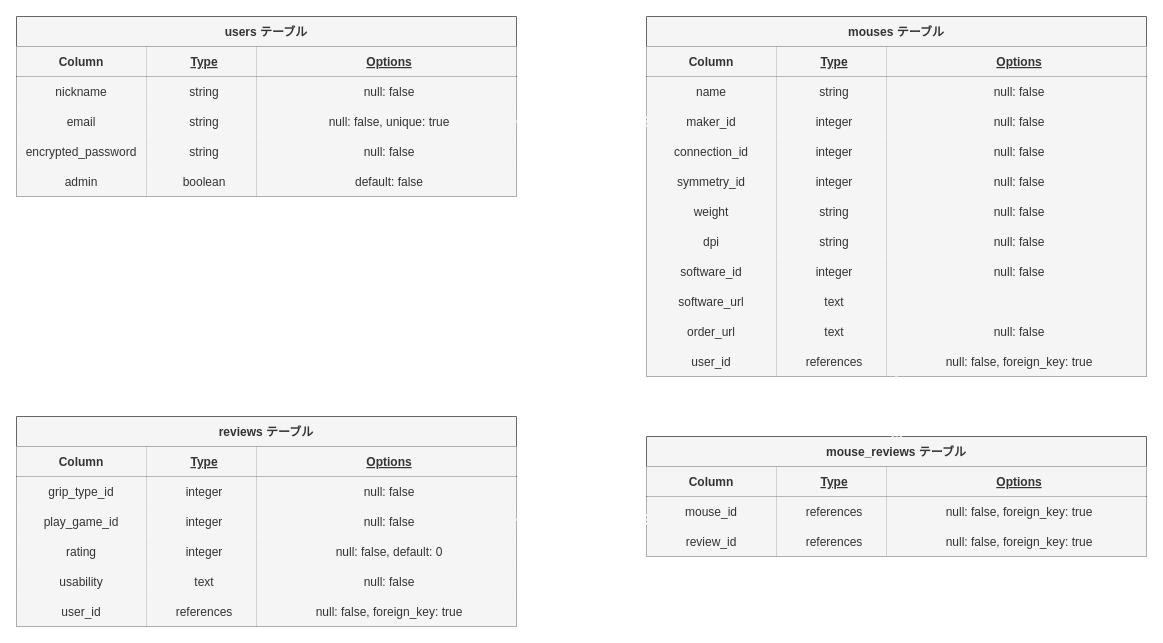
NaoyukiG/mouse_review keeps this draw.io diagram as mouse_review.dio. Above is the earlier version. Source tidied: cells renumbered, new cells numbered last; positions are measured from the earlier drawing's top-left corner, leaving out a move shared by most shapes. Both pictures are drawn from the tidied source at 100%, with x=0, y=0 at pixel (16, 16).
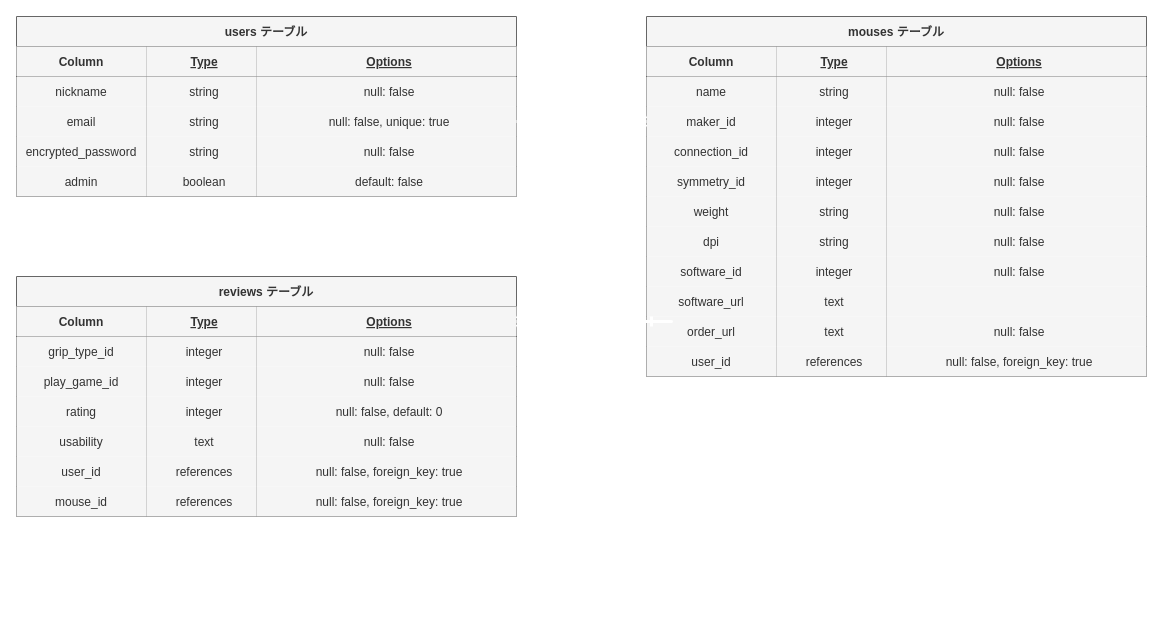
Above is the later version.

The change refers to these unchanged cells:
```xml
<mxCell id="71" style="shape=partialRectangle;fillColor=none;top=0;left=0;bottom=1;right=0;points=[[0,0.5],[1,0.5]];portConstraint=eastwest;align=center;" parent="70" vertex="1">
  <mxGeometry y="30" width="500" height="30" as="geometry" />
</mxCell>
```

The edit, as a diff of the source:
```diff
@@
     <mxCell id="70" value="reviews テーブル" style="shape=table;startSize=30;childLayout=tableLayout;rowLines=0;fontStyle=1;align=center;verticalAlign=middle;fillColor=#f5f5f5;fontColor=#333333;strokeColor=#666666;" parent="1" vertex="1">
-      <mxGeometry y="400" width="500" height="210" as="geometry" />
+      <mxGeometry y="260" width="500" height="240" as="geometry" />
     </mxCell>
@@
+    <mxCell id="112" style="shape=partialRectangle;fillColor=none;top=0;left=0;bottom=0;right=0;align=center;" parent="70" vertex="1">
+      <mxGeometry y="210" width="500" height="30" as="geometry" />
+    </mxCell>
+    <mxCell id="103" value="mouse_id" style="shape=partialRectangle;fillColor=#f5f5f5;top=0;left=0;bottom=0;right=0;overflow=hidden;align=center;fontColor=#333333;strokeColor=#666666;" parent="112" vertex="1">
+      <mxGeometry width="130" height="30" as="geometry" />
+    </mxCell>
+    <mxCell id="113" value="references" style="shape=partialRectangle;fillColor=#f5f5f5;top=0;left=0;bottom=0;right=0;align=center;spacingLeft=6;overflow=hidden;fontColor=#333333;strokeColor=#666666;" parent="112" vertex="1">
+      <mxGeometry x="130" width="110" height="30" as="geometry" />
+    </mxCell>
+    <mxCell id="114" value="null: false, foreign_key: true" style="shape=partialRectangle;fillColor=#f5f5f5;top=0;left=0;bottom=0;right=0;align=center;spacingLeft=6;overflow=hidden;fontColor=#333333;strokeColor=#666666;" parent="112" vertex="1">
+      <mxGeometry x="240" width="260" height="30" as="geometry" />
+    </mxCell>
@@
-    <mxCell id="97" value="mouse_reviews テーブル" style="shape=table;startSize=30;childLayout=tableLayout;rowLines=0;fontStyle=1;align=center;verticalAlign=middle;fillColor=#f5f5f5;fontColor=#333333;strokeColor=#666666;" parent="1" vertex="1">
-      <mxGeometry x="630" y="420" width="500" height="120" as="geometry" />
-    </mxCell>
-    <mxCell id="98" style="shape=partialRectangle;fillColor=none;top=0;left=0;bottom=1;right=0;align=center;" parent="97" vertex="1">
-      <mxGeometry y="30" width="500" height="30" as="geometry" />
-    </mxCell>
-    <mxCell id="99" value="Column" style="shape=partialRectangle;fillColor=#f5f5f5;top=0;left=0;bottom=0;right=0;fontStyle=1;overflow=hidden;align=center;fontColor=#333333;strokeColor=#666666;" parent="98" vertex="1">
-      <mxGeometry width="130" height="30" as="geometry" />
-    </mxCell>
-    <mxCell id="100" value="Type" style="shape=partialRectangle;fillColor=#f5f5f5;top=0;left=0;bottom=0;right=0;align=center;spacingLeft=6;fontStyle=5;overflow=hidden;fontColor=#333333;strokeColor=#666666;" parent="98" vertex="1">
-      <mxGeometry x="130" width="110" height="30" as="geometry" />
-    </mxCell>
-    <mxCell id="101" value="Options" style="shape=partialRectangle;fillColor=#f5f5f5;top=0;left=0;bottom=0;right=0;align=center;spacingLeft=6;fontStyle=5;overflow=hidden;fontColor=#333333;strokeColor=#666666;" parent="98" vertex="1">
-      <mxGeometry x="240" width="260" height="30" as="geometry" />
-    </mxCell>
-    <mxCell id="102" style="shape=partialRectangle;fillColor=none;top=0;left=0;bottom=0;right=0;align=center;" parent="97" vertex="1">
-      <mxGeometry y="60" width="500" height="30" as="geometry" />
-    </mxCell>
-    <mxCell id="103" value="mouse_id" style="shape=partialRectangle;fillColor=#f5f5f5;top=0;left=0;bottom=0;right=0;overflow=hidden;align=center;fontColor=#333333;strokeColor=#666666;" parent="102" vertex="1">
-      <mxGeometry width="130" height="30" as="geometry" />
-    </mxCell>
-    <mxCell id="104" value="references" style="shape=partialRectangle;fillColor=#f5f5f5;top=0;left=0;bottom=0;right=0;align=center;spacingLeft=6;overflow=hidden;fontColor=#333333;strokeColor=#666666;" parent="102" vertex="1">
-      <mxGeometry x="130" width="110" height="30" as="geometry" />
-    </mxCell>
-    <mxCell id="105" value="null: false, foreign_key: true" style="shape=partialRectangle;fillColor=#f5f5f5;top=0;left=0;bottom=0;right=0;align=center;spacingLeft=6;overflow=hidden;fontColor=#333333;strokeColor=#666666;" parent="102" vertex="1">
-      <mxGeometry x="240" width="260" height="30" as="geometry" />
-    </mxCell>
-    <mxCell id="106" style="shape=partialRectangle;fillColor=none;top=0;left=0;bottom=0;right=0;align=center;" parent="97" vertex="1">
-      <mxGeometry y="90" width="500" height="30" as="geometry" />
-    </mxCell>
-    <mxCell id="107" value="review_id" style="shape=partialRectangle;fillColor=#f5f5f5;top=0;left=0;bottom=0;right=0;overflow=hidden;align=center;fontColor=#333333;strokeColor=#666666;" parent="106" vertex="1">
-      <mxGeometry width="130" height="30" as="geometry" />
-    </mxCell>
-    <mxCell id="108" value="references" style="shape=partialRectangle;fillColor=#f5f5f5;top=0;left=0;bottom=0;right=0;align=center;spacingLeft=6;overflow=hidden;fontColor=#333333;strokeColor=#666666;" parent="106" vertex="1">
-      <mxGeometry x="130" width="110" height="30" as="geometry" />
-    </mxCell>
-    <mxCell id="109" value="null: false, foreign_key: true" style="shape=partialRectangle;fillColor=#f5f5f5;top=0;left=0;bottom=0;right=0;align=center;spacingLeft=6;overflow=hidden;fontColor=#333333;strokeColor=#666666;" parent="106" vertex="1">
-      <mxGeometry x="240" width="260" height="30" as="geometry" />
-    </mxCell>
-    <mxCell id="110" style="edgeStyle=none;html=1;exitX=0;exitY=0.5;exitDx=0;exitDy=0;entryX=0;entryY=0.5;entryDx=0;entryDy=0;" parent="97" edge="1" source="97">
-      <mxGeometry relative="1" as="geometry" />
-    </mxCell>
-    <mxCell id="111" style="edgeStyle=entityRelationEdgeStyle;fontSize=12;html=1;endArrow=ERoneToMany;endFill=0;exitX=1;exitY=0.5;exitDx=0;exitDy=0;strokeWidth=3;startArrow=ERone;startFill=0;entryX=0;entryY=0.5;entryDx=0;entryDy=0;fillColor=#f5f5f5;strokeColor=#FFFFFF;" parent="1" edge="1">
+    <mxCell id="111" style="edgeStyle=entityRelationEdgeStyle;fontSize=12;html=1;endArrow=ERoneToMany;endFill=0;strokeWidth=3;startArrow=ERone;startFill=0;entryX=1;entryY=0.5;entryDx=0;entryDy=0;fillColor=#f5f5f5;strokeColor=#FFFFFF;" parent="1" edge="1" target="71">
       <mxGeometry relative="1" as="geometry">
-        <mxPoint x="500" y="503" as="sourcePoint" />
-        <mxPoint x="630" y="503" as="targetPoint" />
+        <mxPoint x="630" y="305" as="sourcePoint" />
       </mxGeometry>
     </mxCell>
-    <mxCell id="112" style="fontSize=12;html=1;endArrow=ERoneToMany;endFill=0;strokeWidth=3;startArrow=ERone;startFill=0;entryX=0.483;entryY=-0.006;entryDx=0;entryDy=0;entryPerimeter=0;fillColor=#f5f5f5;strokeColor=#FFFFFF;" parent="1" edge="1">
-      <mxGeometry relative="1" as="geometry">
-        <mxPoint x="880" y="360" as="sourcePoint" />
-        <mxPoint x="880.4" y="420" as="targetPoint" />
-      </mxGeometry>
-    </mxCell>
```
